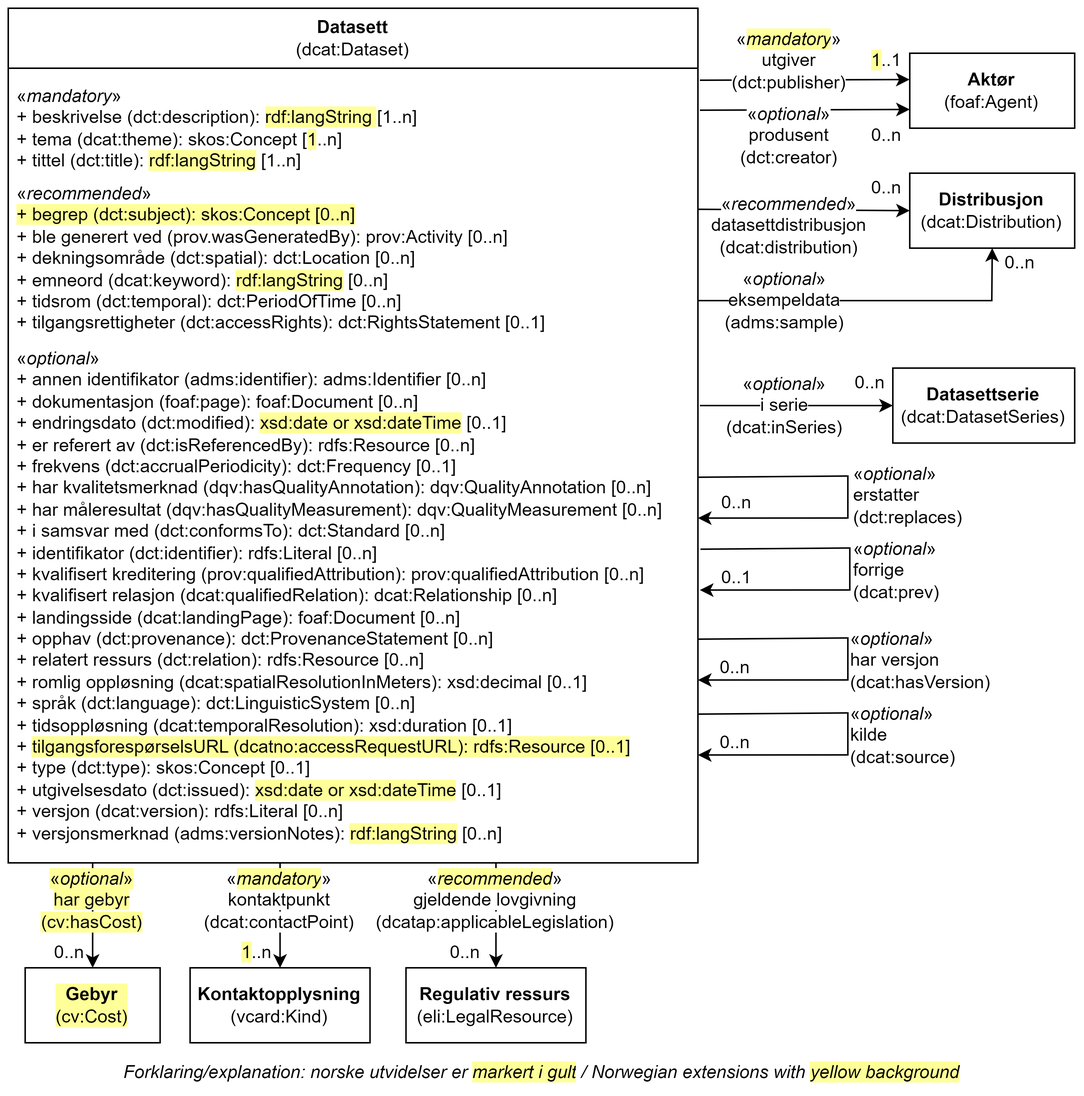
Earlier version of the draw.io export docs/images/Klassen-Datasett.png (Informasjonsforvaltning/dcat-ap-no). Source tidied: cells renumbered, new cells last; positions are measured from the earlier drawing's top-left corner, leaving out a move shared by most shapes.
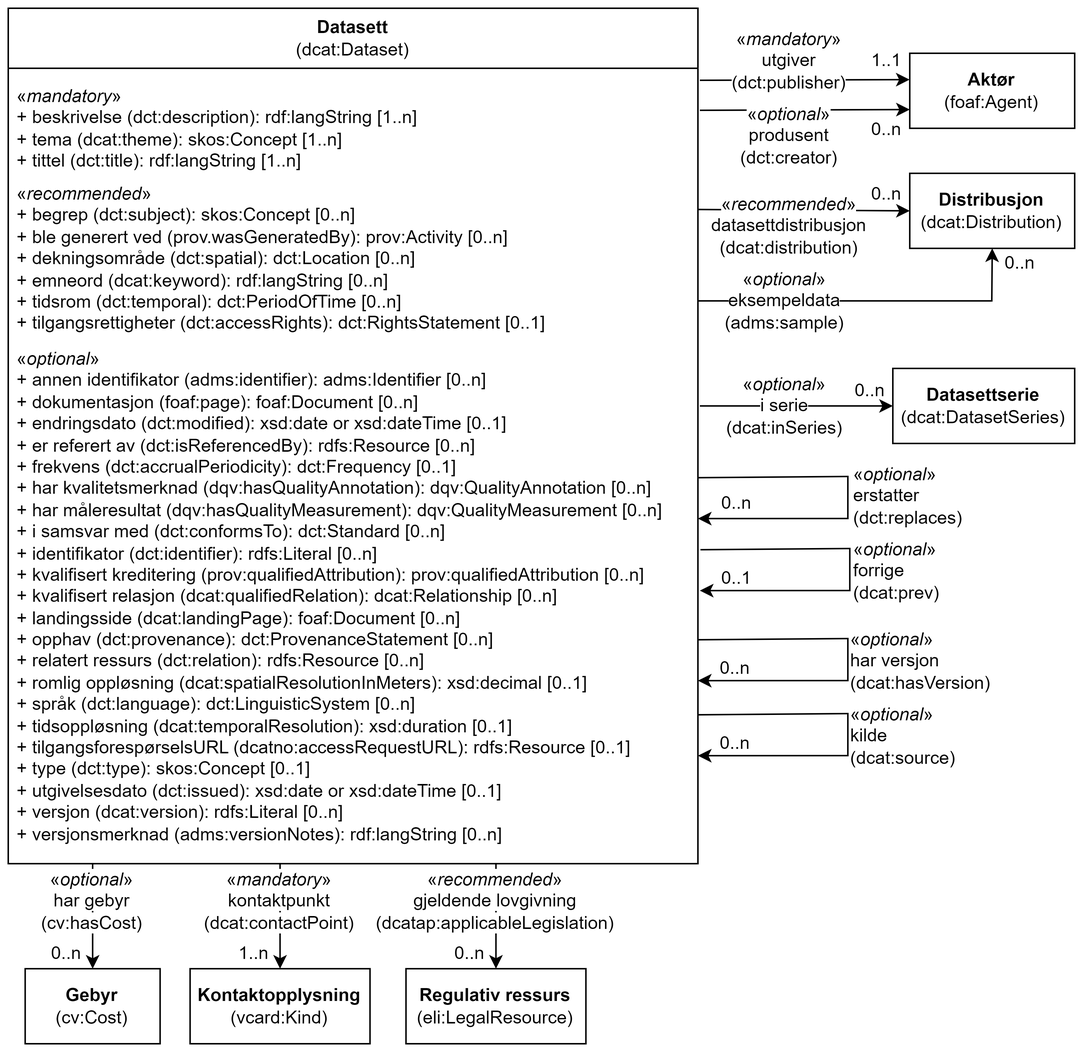
Later version of the same file.

Change to the diagram source:
```diff
@@ -2,16 +2,16 @@
   <root>
     <mxCell id="0" />
     <mxCell id="1" parent="0" />
-    <mxCell id="2" value="Datasett&lt;br&gt;&lt;span style=&quot;font-weight: normal;&quot;&gt;(dcat:Dataset)&lt;/span&gt;" style="swimlane;whiteSpace=wrap;html=1;startSize=40;" parent="1" vertex="1">
+    <mxCell id="2" value="Datasett&lt;br&gt;&lt;span style=&quot;font-weight: normal;&quot;&gt;(dcat:Dataset)&lt;/span&gt;" style="swimlane;whiteSpace=wrap;html=1;startSize=40;fillColor=#FFFFFF;" parent="1" vertex="1">
       <mxGeometry width="460" height="570" as="geometry" />
     </mxCell>
-    <mxCell id="3" value="«&lt;i&gt;mandatory&lt;/i&gt;»&lt;br&gt;+ beskrivelse (dct:description): &lt;span style=&quot;background-color: rgb(255, 255, 153);&quot;&gt;rdf:langString &lt;/span&gt;[1..n]&lt;br&gt;+ tema (dcat:theme): skos:Concept [&lt;span style=&quot;background-color: rgb(255, 255, 153);&quot;&gt;1&lt;/span&gt;..n]&lt;br&gt;+ tittel (dct:title):&amp;nbsp;&lt;span style=&quot;background-color: rgb(255, 255, 153);&quot;&gt;rdf:langString&lt;/span&gt;&amp;nbsp;[1..n]" style="text;strokeColor=none;fillColor=none;align=left;verticalAlign=top;spacingLeft=4;spacingRight=4;overflow=hidden;whiteSpace=wrap;html=1;" parent="2" vertex="1">
+    <mxCell id="3" value="«&lt;i&gt;mandatory&lt;/i&gt;»&lt;br&gt;+ beskrivelse (dct:description): rdf:langString [1..n]&lt;br&gt;+ tema (dcat:theme): skos:Concept [1..n]&lt;br&gt;+ tittel (dct:title):&amp;nbsp;rdf:langString&amp;nbsp;[1..n]" style="text;strokeColor=none;fillColor=none;align=left;verticalAlign=top;spacingLeft=4;spacingRight=4;overflow=hidden;whiteSpace=wrap;html=1;" parent="2" vertex="1">
       <mxGeometry y="45" width="300" height="65" as="geometry" />
     </mxCell>
-    <mxCell id="4" value="«&lt;i&gt;recommended&lt;/i&gt;»&lt;br&gt;&lt;span style=&quot;background-color: rgb(255, 255, 153);&quot;&gt;+ begrep (dct:subject): skos:Concept [0..n]&lt;/span&gt;&lt;br&gt;+ ble generert ved (prov.wasGeneratedBy): prov:Activity [0..n]&lt;br&gt;+ dekningsområde (dct:spatial): dct:Location [0..n]&lt;br&gt;+ emneord (dcat:keyword):&amp;nbsp;&lt;span style=&quot;background-color: rgb(255, 255, 153);&quot;&gt;rdf:langString&lt;/span&gt;&amp;nbsp;[0..n]&lt;br&gt;+ tidsrom (dct:temporal): dct:PeriodOfTime [0..n]&lt;br&gt;+&amp;nbsp;tilgangsrettigheter (dct:accessRights):&amp;nbsp;dct:RightsStatement [0..1]" style="text;strokeColor=none;fillColor=none;align=left;verticalAlign=top;spacingLeft=4;spacingRight=4;overflow=hidden;whiteSpace=wrap;html=1;" parent="2" vertex="1">
+    <mxCell id="4" value="«&lt;i&gt;recommended&lt;/i&gt;»&lt;br&gt;+ begrep (dct:subject): skos:Concept [0..n]&lt;br&gt;+ ble generert ved (prov.wasGeneratedBy): prov:Activity [0..n]&lt;br&gt;+ dekningsområde (dct:spatial): dct:Location [0..n]&lt;br&gt;+ emneord (dcat:keyword):&amp;nbsp;rdf:langString&amp;nbsp;[0..n]&lt;br&gt;+ tidsrom (dct:temporal): dct:PeriodOfTime [0..n]&lt;br&gt;+&amp;nbsp;tilgangsrettigheter (dct:accessRights):&amp;nbsp;dct:RightsStatement [0..1]" style="text;strokeColor=none;fillColor=none;align=left;verticalAlign=top;spacingLeft=4;spacingRight=4;overflow=hidden;whiteSpace=wrap;html=1;" parent="2" vertex="1">
       <mxGeometry y="110" width="430" height="110" as="geometry" />
     </mxCell>
-    <mxCell id="5" value="«&lt;i&gt;optional&lt;/i&gt;»&lt;br&gt;+ annen identifikator (adms:identifier): adms:Identifier [0..n]&lt;br&gt;+ dokumentasjon (foaf:page): foaf:Document [0..n]&lt;br&gt;+ endringsdato (dct:modified): &lt;span style=&quot;background-color: rgb(255, 255, 153);&quot;&gt;xsd:date or xsd:dateTime&lt;/span&gt; [0..1]&lt;br&gt;+ er referert av (dct:isReferencedBy): rdfs:Resource [0..n]&lt;br&gt;+ frekvens (dct:accrualPeriodicity): dct:Frequency [0..1]&lt;div&gt;+&amp;nbsp;har kvalitetsmerknad (dqv:hasQualityAnnotation):&amp;nbsp;dqv:QualityAnnotation [0..n]&lt;/div&gt;&lt;div&gt;+ har måleresultat (dqv:hasQualityMeasurement): dqv:QualityMeasurement [0..n]&lt;/div&gt;&lt;div&gt;+&amp;nbsp;i samsvar med (dct:conformsTo): dct:Standard [0..n]&lt;br&gt;+ identifikator (dct:identifier): rdfs:Literal [0..n]&lt;br&gt;+ kvalifisert kreditering (prov:qualifiedAttribution): prov:qualifiedAttribution [0..n]&lt;br&gt;+ kvalifisert relasjon (dcat:qualifiedRelation): dcat:Relationship [0..n]&lt;br&gt;+ landingsside (dcat:landingPage): foaf:Document [0..n]&lt;br&gt;+ opphav (dct:provenance): dct:ProvenanceStatement [0..n]&lt;br&gt;+ relatert ressurs (dct:relation): rdfs:Resource [0..n]&lt;br&gt;+ romlig oppløsning (dcat:spatialResolutionInMeters): xsd:decimal [0..1]&lt;br&gt;+ språk (dct:language): dct:LinguisticSystem [0..n]&lt;br&gt;+ tidsoppløsning (dcat:temporalResolution): xsd:duration [0..1]&lt;br&gt;+&amp;nbsp;&lt;span style=&quot;background-color: rgb(255, 255, 153);&quot;&gt;tilgangsforespørselsURL (dcatno:accessRequestURL): rdfs:Resource [0..1]&lt;/span&gt;&lt;br&gt;+ type (dct:type): skos:Concept [0..1]&lt;/div&gt;&lt;div&gt;+ utgivelsesdato (dct:issued): &lt;span style=&quot;background-color: rgb(255, 255, 153);&quot;&gt;xsd:date or xsd:dateTime&lt;/span&gt; [0..1]&lt;br&gt;+ versjon (dcat:version): rdfs:Literal [0..n]&lt;br&gt;+ versjonsmerknad (adms:versionNotes):&amp;nbsp;&lt;span style=&quot;background-color: rgb(255, 255, 153);&quot;&gt;rdf:langString&lt;/span&gt;&amp;nbsp;&lt;span style=&quot;background-color: initial;&quot;&gt;[0..n]&lt;/span&gt;&lt;/div&gt;" style="text;strokeColor=none;fillColor=none;align=left;verticalAlign=top;spacingLeft=4;spacingRight=4;overflow=hidden;whiteSpace=wrap;html=1;" parent="2" vertex="1">
+    <mxCell id="5" value="«&lt;i&gt;optional&lt;/i&gt;»&lt;br&gt;+ annen identifikator (adms:identifier): adms:Identifier [0..n]&lt;br&gt;+ dokumentasjon (foaf:page): foaf:Document [0..n]&lt;br&gt;+ endringsdato (dct:modified): xsd:date or xsd:dateTime [0..1]&lt;br&gt;+ er referert av (dct:isReferencedBy): rdfs:Resource [0..n]&lt;br&gt;+ frekvens (dct:accrualPeriodicity): dct:Frequency [0..1]&lt;div&gt;+&amp;nbsp;har kvalitetsmerknad (dqv:hasQualityAnnotation):&amp;nbsp;dqv:QualityAnnotation [0..n]&lt;/div&gt;&lt;div&gt;+ har måleresultat (dqv:hasQualityMeasurement): dqv:QualityMeasurement [0..n]&lt;/div&gt;&lt;div&gt;+&amp;nbsp;i samsvar med (dct:conformsTo): dct:Standard [0..n]&lt;br&gt;+ identifikator (dct:identifier): rdfs:Literal [0..n]&lt;br&gt;+ kvalifisert kreditering (prov:qualifiedAttribution): prov:qualifiedAttribution [0..n]&lt;br&gt;+ kvalifisert relasjon (dcat:qualifiedRelation): dcat:Relationship [0..n]&lt;br&gt;+ landingsside (dcat:landingPage): foaf:Document [0..n]&lt;br&gt;+ opphav (dct:provenance): dct:ProvenanceStatement [0..n]&lt;br&gt;+ relatert ressurs (dct:relation): rdfs:Resource [0..n]&lt;br&gt;+ romlig oppløsning (dcat:spatialResolutionInMeters): xsd:decimal [0..1]&lt;br&gt;+ språk (dct:language): dct:LinguisticSystem [0..n]&lt;br&gt;+ tidsoppløsning (dcat:temporalResolution): xsd:duration [0..1]&lt;br&gt;+&amp;nbsp;tilgangsforespørselsURL (dcatno:accessRequestURL): rdfs:Resource [0..1]&lt;br&gt;+ type (dct:type): skos:Concept [0..1]&lt;/div&gt;&lt;div&gt;+ utgivelsesdato (dct:issued): xsd:date or xsd:dateTime [0..1]&lt;br&gt;+ versjon (dcat:version): rdfs:Literal [0..n]&lt;br&gt;+ versjonsmerknad (adms:versionNotes):&amp;nbsp;rdf:langString&amp;nbsp;[0..n]&lt;/div&gt;" style="text;strokeColor=none;fillColor=none;align=left;verticalAlign=top;spacingLeft=4;spacingRight=4;overflow=hidden;whiteSpace=wrap;html=1;" parent="2" vertex="1">
       <mxGeometry y="220" width="450" height="340" as="geometry" />
     </mxCell>
     <mxCell id="6" value="&lt;b&gt;Aktør&lt;/b&gt;&lt;br&gt;(foaf:Agent)" style="html=1;whiteSpace=wrap;" parent="1" vertex="1">
@@ -40,7 +40,7 @@
         <mxPoint x="461.3" y="48" as="sourcePoint" />
       </mxGeometry>
     </mxCell>
-    <mxCell id="14" value="&lt;span style=&quot;background-color: rgb(255, 255, 255);&quot;&gt;«&lt;/span&gt;&lt;i style=&quot;border-color: var(--border-color); text-align: left; background-color: rgb(255, 255, 153);&quot;&gt;mandatory&lt;/i&gt;&lt;span style=&quot;background-color: rgb(255, 255, 255); text-align: left;&quot;&gt;»&lt;br&gt;&lt;/span&gt;&lt;span style=&quot;background-color: rgb(255, 255, 255);&quot;&gt;utgiver&lt;/span&gt;&lt;br&gt;&lt;span style=&quot;background-color: rgb(255, 255, 255);&quot;&gt;(dct:publisher)&lt;/span&gt;" style="text;html=1;strokeColor=none;fillColor=none;align=center;verticalAlign=middle;whiteSpace=wrap;rounded=0;" parent="1" vertex="1">
+    <mxCell id="14" value="&lt;span style=&quot;background-color: rgb(255, 255, 255);&quot;&gt;«&lt;i style=&quot;border-color: var(--border-color); text-align: left;&quot;&gt;mandatory&lt;/i&gt;&lt;span style=&quot;text-align: left;&quot;&gt;»&lt;br&gt;&lt;/span&gt;utgiver&lt;br&gt;(dct:publisher)&lt;/span&gt;" style="text;html=1;strokeColor=none;fillColor=none;align=center;verticalAlign=middle;whiteSpace=wrap;rounded=0;" parent="1" vertex="1">
       <mxGeometry x="491.3" y="20" width="60" height="30" as="geometry" />
     </mxCell>
     <mxCell id="15" style="endArrow=classic;html=1;rounded=0;entryX=0;entryY=0.75;entryDx=0;entryDy=0;" parent="1" edge="1" target="6">
@@ -51,11 +51,11 @@
     <mxCell id="16" value="&lt;span style=&quot;background-color: rgb(255, 255, 255);&quot;&gt;«&lt;i style=&quot;border-color: var(--border-color); text-align: left;&quot;&gt;optional&lt;/i&gt;&lt;span style=&quot;text-align: left;&quot;&gt;»&lt;br&gt;&lt;/span&gt;produsent&lt;br&gt;(dct:creator)&lt;/span&gt;" style="text;html=1;strokeColor=none;fillColor=none;align=center;verticalAlign=middle;whiteSpace=wrap;rounded=0;" parent="1" vertex="1">
       <mxGeometry x="491.3" y="70" width="60" height="30" as="geometry" />
     </mxCell>
-    <mxCell id="17" value="&lt;span style=&quot;background-color: rgb(255, 255, 153);&quot;&gt;1&lt;/span&gt;..1" style="text;html=1;strokeColor=none;fillColor=none;align=center;verticalAlign=middle;whiteSpace=wrap;rounded=0;" parent="1" vertex="1">
+    <mxCell id="17" value="&lt;span style=&quot;background-color: rgb(255, 255, 255);&quot;&gt;1..1&lt;/span&gt;" style="text;html=1;strokeColor=none;fillColor=none;align=center;verticalAlign=middle;whiteSpace=wrap;rounded=0;" parent="1" vertex="1">
       <mxGeometry x="571.3" y="25" width="30" height="20" as="geometry" />
     </mxCell>
     <mxCell id="18" value="&lt;span style=&quot;background-color: rgb(255, 255, 255);&quot;&gt;0..&lt;/span&gt;n" style="text;html=1;strokeColor=none;fillColor=none;align=center;verticalAlign=middle;whiteSpace=wrap;rounded=0;" parent="1" vertex="1">
-      <mxGeometry x="571.3" y="75" width="30" height="20" as="geometry" />
+      <mxGeometry x="571.3" y="71" width="30" height="20" as="geometry" />
     </mxCell>
     <mxCell id="19" style="endArrow=classic;html=1;rounded=0;entryX=0;entryY=0.5;entryDx=0;entryDy=0;exitX=0.997;exitY=-0.007;exitDx=0;exitDy=0;exitPerimeter=0;" parent="1" edge="1" target="7">
       <mxGeometry relative="1" as="geometry">
@@ -66,7 +66,7 @@
       <mxGeometry x="491.3" y="130" width="60" height="30" as="geometry" />
     </mxCell>
     <mxCell id="21" value="0..n" style="text;html=1;strokeColor=none;fillColor=none;align=center;verticalAlign=middle;whiteSpace=wrap;rounded=0;" parent="1" vertex="1">
-      <mxGeometry x="571.3" y="110" width="30" height="20" as="geometry" />
+      <mxGeometry x="571.3" y="114" width="30" height="20" as="geometry" />
     </mxCell>
     <mxCell id="22" style="endArrow=classic;html=1;rounded=0;entryX=0;entryY=0.5;entryDx=0;entryDy=0;" parent="1" edge="1" target="11">
       <mxGeometry relative="1" as="geometry">
@@ -77,7 +77,7 @@
       <mxGeometry x="488.3" y="250" width="60" height="30" as="geometry" />
     </mxCell>
     <mxCell id="24" value="0..n" style="text;html=1;strokeColor=none;fillColor=none;align=center;verticalAlign=middle;whiteSpace=wrap;rounded=0;" parent="1" vertex="1">
-      <mxGeometry x="560.3" y="240" width="30" height="20" as="geometry" />
+      <mxGeometry x="560.3" y="245" width="30" height="20" as="geometry" />
     </mxCell>
     <mxCell id="25" style="endArrow=classic;html=1;rounded=0;exitX=1.001;exitY=0.32;exitDx=0;exitDy=0;exitPerimeter=0;entryX=1;entryY=0.414;entryDx=0;entryDy=0;entryPerimeter=0;" parent="1" edge="1">
       <mxGeometry relative="1" as="geometry">
@@ -121,7 +121,7 @@
     <mxCell id="31" value="0..1" style="text;html=1;strokeColor=none;fillColor=none;align=center;verticalAlign=middle;whiteSpace=wrap;rounded=0;" parent="1" vertex="1">
       <mxGeometry x="471.3" y="370" width="30" height="20" as="geometry" />
     </mxCell>
-    <mxCell id="32" value="&lt;b&gt;Gebyr&lt;/b&gt;&lt;br&gt;(cv:Cost)" style="html=1;whiteSpace=wrap;labelBackgroundColor=#FFFF99;" parent="1" vertex="1">
+    <mxCell id="32" value="&lt;b style=&quot;&quot;&gt;Gebyr&lt;/b&gt;&lt;br&gt;(cv:Cost)" style="html=1;whiteSpace=wrap;labelBackgroundColor=none;fillColor=#FFFFFF;" parent="1" vertex="1">
       <mxGeometry x="11.3" y="640" width="90" height="50" as="geometry" />
     </mxCell>
     <mxCell id="33" style="endArrow=classic;html=1;rounded=0;entryX=0.5;entryY=0;entryDx=0;entryDy=0;" parent="1" edge="1" target="32">
@@ -129,11 +129,11 @@
         <mxPoint x="56.3" y="570" as="sourcePoint" />
       </mxGeometry>
     </mxCell>
-    <mxCell id="34" value="&lt;span style=&quot;background-color: rgb(255, 255, 153);&quot;&gt;«&lt;i style=&quot;border-color: var(--border-color);&quot;&gt;optional&lt;/i&gt;»&lt;br&gt;har gebyr&lt;br&gt;(cv:hasCost)&lt;/span&gt;" style="text;html=1;strokeColor=none;fillColor=none;align=center;verticalAlign=middle;whiteSpace=wrap;rounded=0;" parent="1" vertex="1">
+    <mxCell id="34" value="&lt;span style=&quot;background-color: rgb(255, 255, 255);&quot;&gt;«&lt;i style=&quot;border-color: var(--border-color);&quot;&gt;optional&lt;/i&gt;»&lt;br&gt;har gebyr&lt;br&gt;(cv:hasCost)&lt;/span&gt;" style="text;html=1;strokeColor=none;fillColor=none;align=center;verticalAlign=middle;whiteSpace=wrap;rounded=0;" parent="1" vertex="1">
       <mxGeometry x="26.3" y="580" width="60" height="30" as="geometry" />
     </mxCell>
     <mxCell id="35" value="0..n" style="text;html=1;strokeColor=none;fillColor=none;align=center;verticalAlign=middle;whiteSpace=wrap;rounded=0;" parent="1" vertex="1">
-      <mxGeometry x="26.3" y="620" width="30" height="20" as="geometry" />
+      <mxGeometry x="24.3" y="620" width="30" height="20" as="geometry" />
     </mxCell>
     <mxCell id="36" style="endArrow=classic;html=1;rounded=0;entryX=0.5;entryY=1;entryDx=0;entryDy=0;" parent="1" edge="1" target="7">
       <mxGeometry relative="1" as="geometry">
@@ -167,28 +167,25 @@
         <mxPoint x="181.3" y="570" as="sourcePoint" />
       </mxGeometry>
     </mxCell>
-    <mxCell id="42" value="&lt;span style=&quot;background-color: rgb(255, 255, 255);&quot;&gt;«&lt;/span&gt;&lt;i style=&quot;border-color: var(--border-color); text-align: left; background-color: rgb(255, 255, 153);&quot;&gt;mandatory&lt;/i&gt;&lt;span style=&quot;background-color: rgb(255, 255, 255); text-align: left;&quot;&gt;»&lt;br&gt;&lt;/span&gt;&lt;span style=&quot;background-color: rgb(255, 255, 255);&quot;&gt;kontaktpunkt&lt;/span&gt;&lt;br&gt;&lt;span style=&quot;background-color: rgb(255, 255, 255);&quot;&gt;(dcat:contactPoint)&lt;/span&gt;" style="text;html=1;strokeColor=none;fillColor=none;align=center;verticalAlign=middle;whiteSpace=wrap;rounded=0;" parent="1" vertex="1">
+    <mxCell id="42" value="&lt;span style=&quot;background-color: rgb(255, 255, 255);&quot;&gt;«&lt;i style=&quot;border-color: var(--border-color); text-align: left;&quot;&gt;mandatory&lt;/i&gt;&lt;span style=&quot;text-align: left;&quot;&gt;»&lt;br&gt;&lt;/span&gt;kontaktpunkt&lt;br&gt;(dcat:contactPoint)&lt;/span&gt;" style="text;html=1;strokeColor=none;fillColor=none;align=center;verticalAlign=middle;whiteSpace=wrap;rounded=0;" parent="1" vertex="1">
       <mxGeometry x="151.3" y="580" width="60" height="30" as="geometry" />
     </mxCell>
-    <mxCell id="43" value="&lt;span style=&quot;background-color: rgb(255, 255, 153);&quot;&gt;1&lt;/span&gt;..n" style="text;html=1;strokeColor=none;fillColor=none;align=center;verticalAlign=middle;whiteSpace=wrap;rounded=0;" parent="1" vertex="1">
-      <mxGeometry x="151.3" y="620" width="30" height="20" as="geometry" />
+    <mxCell id="43" value="&lt;span style=&quot;background-color: rgb(255, 255, 255);&quot;&gt;1..n&lt;/span&gt;" style="text;html=1;strokeColor=none;fillColor=none;align=center;verticalAlign=middle;whiteSpace=wrap;rounded=0;" parent="1" vertex="1">
+      <mxGeometry x="149.3" y="620" width="30" height="20" as="geometry" />
     </mxCell>
     <mxCell id="44" value="&lt;b&gt;Regulativ ressurs&lt;/b&gt;&lt;br&gt;(eli:LegalResource)" style="html=1;whiteSpace=wrap;" parent="1" vertex="1">
       <mxGeometry x="265.3" y="640" width="120" height="50" as="geometry" />
     </mxCell>
     <mxCell id="45" value="0..n" style="text;html=1;strokeColor=none;fillColor=none;align=center;verticalAlign=middle;whiteSpace=wrap;rounded=0;" parent="1" vertex="1">
-      <mxGeometry x="291.3" y="620" width="28" height="20" as="geometry" />
+      <mxGeometry x="294.3" y="620" width="28" height="20" as="geometry" />
     </mxCell>
     <mxCell id="46" style="endArrow=classic;html=1;rounded=0;" parent="1" edge="1" target="44">
       <mxGeometry relative="1" as="geometry">
         <mxPoint x="325.3" y="570" as="sourcePoint" />
       </mxGeometry>
     </mxCell>
-    <mxCell id="47" value="«&lt;i style=&quot;background-color: rgb(255, 255, 153);&quot;&gt;recommended&lt;/i&gt;»&lt;br&gt;&lt;span style=&quot;background-color: rgb(255, 255, 255);&quot;&gt;gjeldende lovgivning&lt;br&gt;(dcatap:applicableLegislation)&lt;/span&gt;" style="text;html=1;align=center;verticalAlign=middle;whiteSpace=wrap;rounded=0;" parent="1" vertex="1">
+    <mxCell id="47" value="&lt;span style=&quot;background-color: rgb(255, 255, 255);&quot;&gt;«&lt;i style=&quot;&quot;&gt;recommended&lt;/i&gt;»&lt;br&gt;gjeldende lovgivning&lt;br&gt;(dcatap:applicableLegislation)&lt;/span&gt;" style="text;html=1;align=center;verticalAlign=middle;whiteSpace=wrap;rounded=0;" parent="1" vertex="1">
       <mxGeometry x="295.3" y="580" width="60" height="30" as="geometry" />
     </mxCell>
-    <mxCell id="48" value="Forklaring/explanation: norske utvidelser er&amp;nbsp;&lt;span style=&quot;background-color: rgb(255, 255, 153);&quot;&gt;markert i gult&lt;/span&gt;&lt;span style=&quot;background-color: rgb(255 , 255 , 255)&quot;&gt;&amp;nbsp;/&amp;nbsp;Norwegian extensions with &lt;/span&gt;&lt;span style=&quot;background-color: rgb(255, 255, 153);&quot;&gt;yellow background&lt;/span&gt;" style="text;html=1;strokeColor=none;fillColor=none;align=center;verticalAlign=middle;whiteSpace=wrap;rounded=0;fontStyle=2;" parent="1" vertex="1">
-      <mxGeometry x="1.3" y="700" width="710" height="20" as="geometry" />
-    </mxCell>
   </root>
 </mxGraphModel>
```
